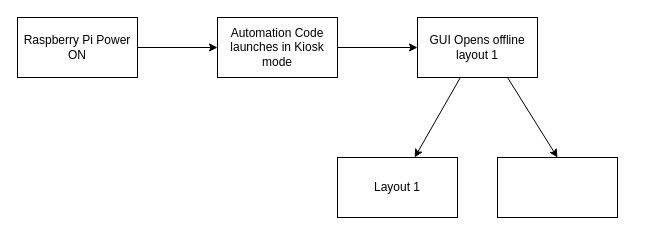
The draw.io diagram documents/uml.drawio in mitchellkolb/pi-music-player, before the edit. Source tidied: cells renumbered, new cells numbered last; positions are measured from the earlier drawing's top-left corner, leaving out a move shared by most shapes. Both pictures are drawn from the tidied source at 100%, with x=0, y=0 at pixel (17, 17).
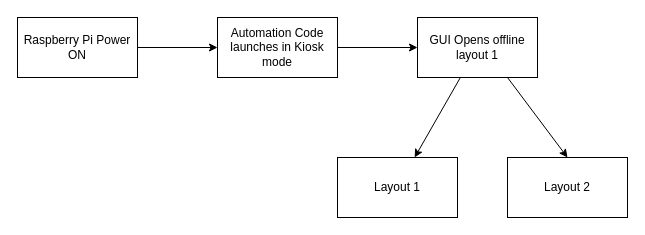
After the change.

Commit message (it also covers changes not shown here):
Renamed windows to layouts in Uml as well

Change to the diagram source:
```diff
@@
 <mxGraphModel>
   <root>
     <mxCell id="0" />
     <mxCell id="1" parent="0" />
     <mxCell id="2" style="edgeStyle=none;html=1;exitX=1;exitY=0.5;exitDx=0;exitDy=0;entryX=0;entryY=0.5;entryDx=0;entryDy=0;" parent="1" edge="1" source="3" target="4">
       <mxGeometry relative="1" as="geometry" />
     </mxCell>
     <mxCell id="3" value="Raspberry Pi Power ON" style="whiteSpace=wrap;html=1;" parent="1" vertex="1">
       <mxGeometry width="120" height="60" as="geometry" />
     </mxCell>
     <mxCell id="4" value="Automation Code launches in Kiosk mode" style="whiteSpace=wrap;html=1;" parent="1" vertex="1">
       <mxGeometry x="200" width="120" height="60" as="geometry" />
     </mxCell>
     <mxCell id="5" style="edgeStyle=none;html=1;exitX=1;exitY=0.5;exitDx=0;exitDy=0;entryX=0;entryY=0.5;entryDx=0;entryDy=0;" parent="1" edge="1" source="4" target="8">
       <mxGeometry relative="1" as="geometry" />
     </mxCell>
     <mxCell id="6" style="edgeStyle=none;html=1;" parent="1" edge="1" source="8" target="9">
       <mxGeometry relative="1" as="geometry" />
     </mxCell>
     <mxCell id="7" style="edgeStyle=none;html=1;exitX=0.75;exitY=1;exitDx=0;exitDy=0;entryX=0.5;entryY=0;entryDx=0;entryDy=0;" parent="1" edge="1" source="8" target="10">
       <mxGeometry relative="1" as="geometry" />
     </mxCell>
     <mxCell id="8" value="GUI Opens offline layout 1" style="whiteSpace=wrap;html=1;" parent="1" vertex="1">
       <mxGeometry x="400" width="120" height="60" as="geometry" />
     </mxCell>
     <mxCell id="9" value="Layout 1" style="whiteSpace=wrap;html=1;" parent="1" vertex="1">
       <mxGeometry x="320" y="140" width="120" height="60" as="geometry" />
     </mxCell>
-    <mxCell id="10" style="whiteSpace=wrap;html=1;" parent="1" vertex="1">
-      <mxGeometry x="480" y="140" width="120" height="60" as="geometry" />
+    <mxCell id="10" value="Layout 2" style="whiteSpace=wrap;html=1;" parent="1" vertex="1">
+      <mxGeometry x="490" y="140" width="120" height="60" as="geometry" />
     </mxCell>
   </root>
 </mxGraphModel>
```
